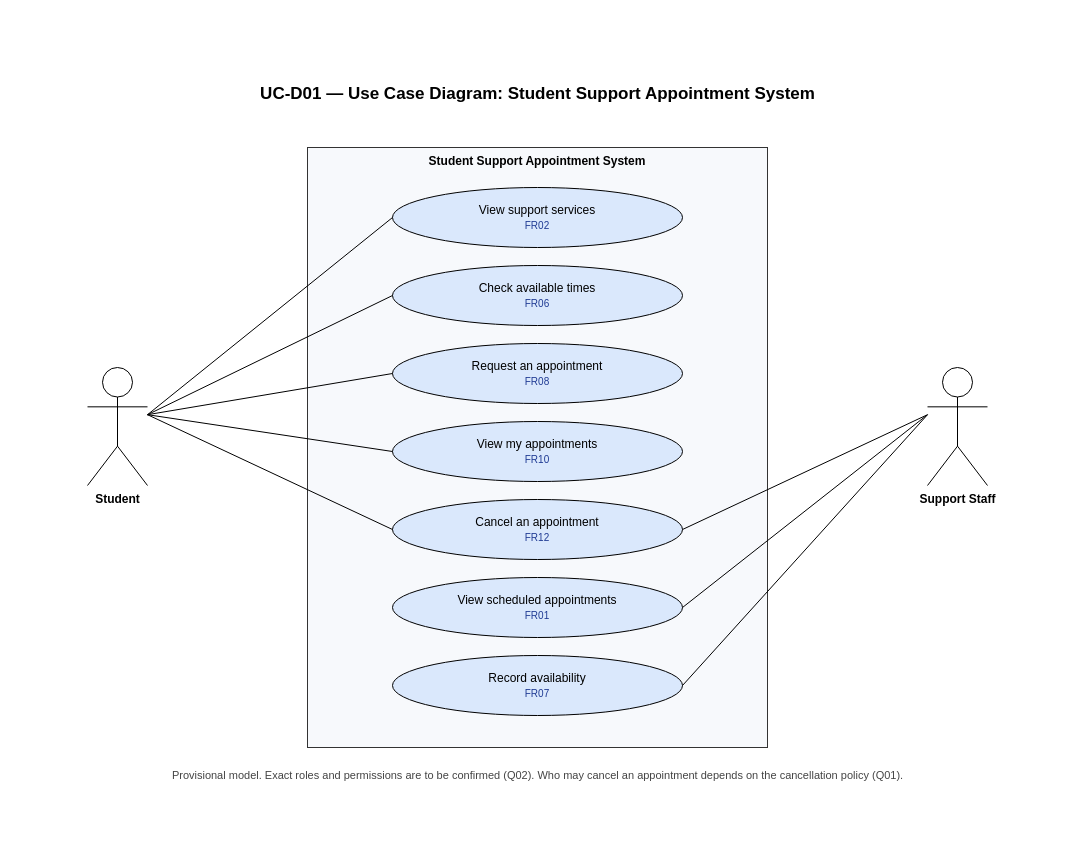
Earlier version of the draw.io diagram project/diagrams/UC-D01-use-case-diagram.drawio (ahhsurelookit/Requirements-Engineering-Project). Source tidied: cells renumbered, new cells numbered last; positions are measured from the earlier drawing's top-left corner, leaving out a move shared by most shapes. Both pictures are drawn from the tidied source at 100%, with x=0, y=0 at pixel (17, 77).
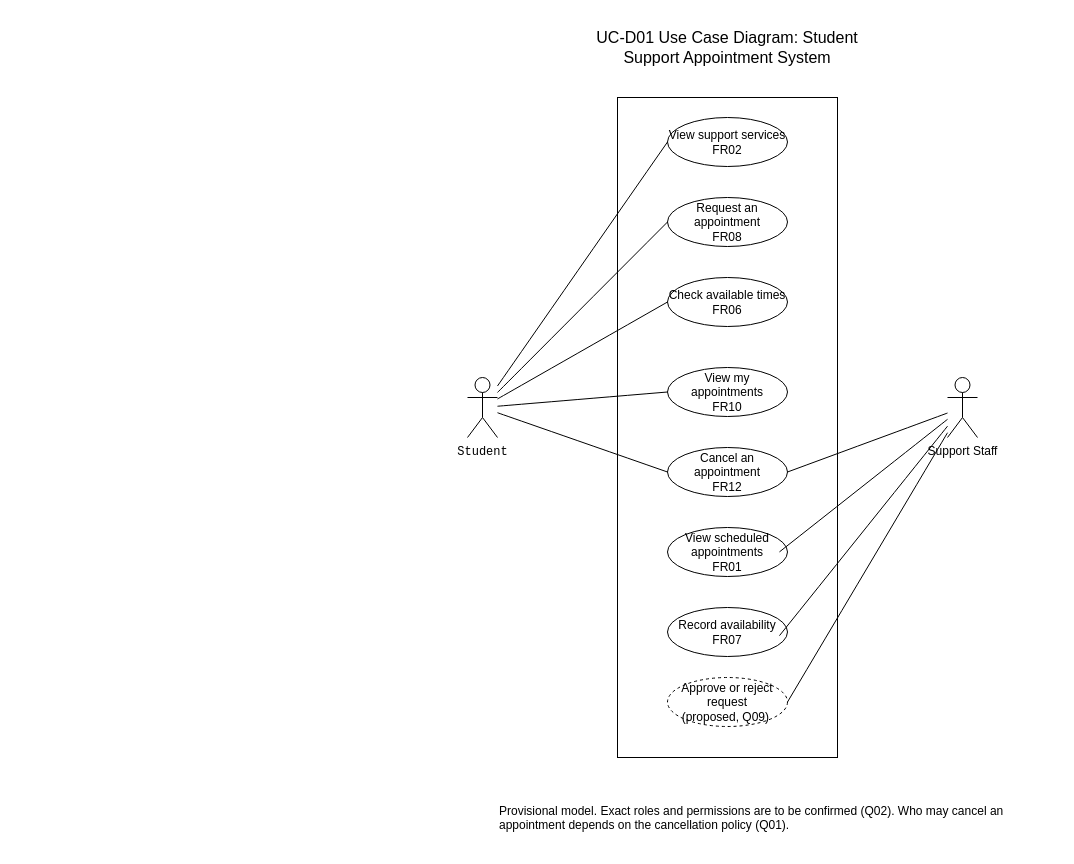
The same diagram, later.

Diff of the diagram source:
```diff
@@
-<mxGraphModel>
+<mxGraphModel background="light-dark(#ffffff, #121212)">
@@
-    <mxCell id="2" value="UC-D01 — Use Case Diagram: Student Support Appointment System" style="text;html=1;align=center;fontStyle=1;fontSize=17;" parent="1" vertex="1">
-      <mxGeometry width="1040" height="40" as="geometry" />
-    </mxCell>
-    <mxCell id="3" value="Student Support Appointment System" style="rounded=0;whiteSpace=wrap;html=1;verticalAlign=top;fontStyle=1;fillColor=#f7f9fc;strokeColor=#333333;" parent="1" vertex="1">
-      <mxGeometry x="290" y="70" width="460" height="600" as="geometry" />
-    </mxCell>
+    <mxCell id="22" style="group;labelBackgroundColor=none;" parent="1" vertex="1">
+      <mxGeometry x="380" y="-60" width="660" height="830" as="geometry" />
+    </mxCell>
+    <mxCell id="23" style="rounded=0;whiteSpace=wrap;html=1;rotation=90;labelBackgroundColor=none;" parent="22" vertex="1">
+      <mxGeometry y="300" width="660" height="220" as="geometry" />
+    </mxCell>
-    <mxCell id="4" value="View support services&lt;br&gt;&lt;font style=&quot;font-size:10px&quot; color=&quot;#1f3a93&quot;&gt;FR02&lt;/font&gt;" style="ellipse;whiteSpace=wrap;html=1;fillColor=#dae8fc;strokeColor=#000000;" parent="1" vertex="1">
-      <mxGeometry x="375" y="110" width="290" height="60" as="geometry" />
+    <mxCell id="4" value="&lt;div&gt;View support services&lt;/div&gt;&lt;div&gt;FR02&lt;/div&gt;" style="ellipse;whiteSpace=wrap;html=1;shapeInside=1;labelBackgroundColor=none;" parent="22" vertex="1">
+      <mxGeometry x="270" y="100" width="120" height="49" as="geometry" />
     </mxCell>
+    <mxCell id="6" value="&lt;div&gt;Request an appointment&lt;/div&gt;&lt;div&gt;FR08&lt;/div&gt;" style="ellipse;whiteSpace=wrap;html=1;shapeInside=1;labelBackgroundColor=none;" parent="22" vertex="1">
+      <mxGeometry x="270" y="180" width="120" height="49" as="geometry" />
+    </mxCell>
-    <mxCell id="5" value="Check available times&lt;br&gt;&lt;font style=&quot;font-size:10px&quot; color=&quot;#1f3a93&quot;&gt;FR06&lt;/font&gt;" style="ellipse;whiteSpace=wrap;html=1;fillColor=#dae8fc;strokeColor=#000000;" parent="1" vertex="1">
-      <mxGeometry x="375" y="188" width="290" height="60" as="geometry" />
+    <mxCell id="5" value="&lt;div&gt;Check available times&lt;/div&gt;&lt;div&gt;FR06&lt;/div&gt;" style="ellipse;whiteSpace=wrap;html=1;shapeInside=1;labelBackgroundColor=none;" parent="22" vertex="1">
+      <mxGeometry x="270" y="260" width="120" height="49" as="geometry" />
     </mxCell>
-    <mxCell id="6" value="Request an appointment&lt;br&gt;&lt;font style=&quot;font-size:10px&quot; color=&quot;#1f3a93&quot;&gt;FR08&lt;/font&gt;" style="ellipse;whiteSpace=wrap;html=1;fillColor=#dae8fc;strokeColor=#000000;" parent="1" vertex="1">
-      <mxGeometry x="375" y="266" width="290" height="60" as="geometry" />
-    </mxCell>
-    <mxCell id="7" value="View my appointments&lt;br&gt;&lt;font style=&quot;font-size:10px&quot; color=&quot;#1f3a93&quot;&gt;FR10&lt;/font&gt;" style="ellipse;whiteSpace=wrap;html=1;fillColor=#dae8fc;strokeColor=#000000;" parent="1" vertex="1">
-      <mxGeometry x="375" y="344" width="290" height="60" as="geometry" />
+    <mxCell id="7" value="&lt;div&gt;View my appointments&lt;/div&gt;&lt;div&gt;FR10&lt;/div&gt;" style="ellipse;whiteSpace=wrap;html=1;shapeInside=1;labelBackgroundColor=none;" parent="22" vertex="1">
+      <mxGeometry x="270" y="350" width="120" height="49" as="geometry" />
     </mxCell>
-    <mxCell id="8" value="Cancel an appointment&lt;br&gt;&lt;font style=&quot;font-size:10px&quot; color=&quot;#1f3a93&quot;&gt;FR12&lt;/font&gt;" style="ellipse;whiteSpace=wrap;html=1;fillColor=#dae8fc;strokeColor=#000000;" parent="1" vertex="1">
-      <mxGeometry x="375" y="422" width="290" height="60" as="geometry" />
+    <mxCell id="8" value="&lt;div&gt;Cancel an appointment&lt;/div&gt;&lt;div&gt;FR12&lt;/div&gt;" style="ellipse;whiteSpace=wrap;html=1;shapeInside=1;labelBackgroundColor=none;" parent="22" vertex="1">
+      <mxGeometry x="270" y="430" width="120" height="49" as="geometry" />
     </mxCell>
-    <mxCell id="9" value="View scheduled appointments&lt;br&gt;&lt;font style=&quot;font-size:10px&quot; color=&quot;#1f3a93&quot;&gt;FR01&lt;/font&gt;" style="ellipse;whiteSpace=wrap;html=1;fillColor=#dae8fc;strokeColor=#000000;" parent="1" vertex="1">
-      <mxGeometry x="375" y="500" width="290" height="60" as="geometry" />
+    <mxCell id="9" value="&lt;div&gt;View scheduled appointments&lt;/div&gt;&lt;div&gt;FR01&lt;/div&gt;" style="ellipse;whiteSpace=wrap;html=1;shapeInside=1;labelBackgroundColor=none;" parent="22" vertex="1">
+      <mxGeometry x="270" y="510" width="120" height="49" as="geometry" />
     </mxCell>
-    <mxCell id="10" value="Record availability&lt;br&gt;&lt;font style=&quot;font-size:10px&quot; color=&quot;#1f3a93&quot;&gt;FR07&lt;/font&gt;" style="ellipse;whiteSpace=wrap;html=1;fillColor=#dae8fc;strokeColor=#000000;" parent="1" vertex="1">
-      <mxGeometry x="375" y="578" width="290" height="60" as="geometry" />
+    <mxCell id="10" value="&lt;div&gt;Record availability&lt;/div&gt;&lt;div&gt;FR07&lt;/div&gt;" style="ellipse;whiteSpace=wrap;html=1;shapeInside=1;labelBackgroundColor=none;" parent="22" vertex="1">
+      <mxGeometry x="270" y="590" width="120" height="49" as="geometry" />
     </mxCell>
-    <mxCell id="11" value="Student" style="shape=umlActor;verticalLabelPosition=bottom;verticalAlign=top;html=1;fontStyle=1;" parent="1" vertex="1">
-      <mxGeometry x="70" y="290" width="60" height="118" as="geometry" />
-    </mxCell>
-    <mxCell id="12" value="Support Staff" style="shape=umlActor;verticalLabelPosition=bottom;verticalAlign=top;html=1;fontStyle=1;" parent="1" vertex="1">
-      <mxGeometry x="910" y="290" width="60" height="118" as="geometry" />
-    </mxCell>
-    <mxCell id="13" style="endArrow=none;html=1;exitX=1;exitY=0.4;entryX=0;entryY=0.5;" parent="1" edge="1" source="11" target="4">
+    <mxCell id="13" style="edgeStyle=none;curved=1;rounded=0;curveGeometry=1;jettySize=auto;html=1;entryX=0;entryY=0.5;entryDx=0;entryDy=0;fontSize=12;defaultLabelBackgroundColor=page;labelPadding=0 4;startSize=8;endSize=8;endArrow=none;endFill=0;fontColor=default;" parent="22" edge="1" source="11" target="4">
       <mxGeometry relative="1" as="geometry" />
     </mxCell>
+    <mxCell id="15" style="edgeStyle=none;curved=1;rounded=0;curveGeometry=1;jettySize=auto;html=1;entryX=0;entryY=0.5;entryDx=0;entryDy=0;fontSize=12;defaultLabelBackgroundColor=page;labelPadding=0 4;startSize=8;endSize=8;endArrow=none;endFill=0;fontColor=default;" parent="22" edge="1" source="11" target="6">
+      <mxGeometry relative="1" as="geometry" />
+    </mxCell>
-    <mxCell id="14" style="endArrow=none;html=1;exitX=1;exitY=0.4;entryX=0;entryY=0.5;" parent="1" edge="1" source="11" target="5">
+    <mxCell id="14" style="edgeStyle=none;curved=1;rounded=0;curveGeometry=1;jettySize=auto;html=1;entryX=0;entryY=0.5;entryDx=0;entryDy=0;fontSize=12;defaultLabelBackgroundColor=page;labelPadding=0 4;startSize=8;endSize=8;endArrow=none;endFill=0;fontColor=default;" parent="22" edge="1" source="11" target="5">
       <mxGeometry relative="1" as="geometry" />
     </mxCell>
-    <mxCell id="15" style="endArrow=none;html=1;exitX=1;exitY=0.4;entryX=0;entryY=0.5;" parent="1" edge="1" source="11" target="6">
-      <mxGeometry relative="1" as="geometry" />
-    </mxCell>
-    <mxCell id="16" style="endArrow=none;html=1;exitX=1;exitY=0.4;entryX=0;entryY=0.5;" parent="1" edge="1" source="11" target="7">
+    <mxCell id="16" style="edgeStyle=none;curved=1;rounded=0;curveGeometry=1;jettySize=auto;html=1;entryX=0;entryY=0.5;entryDx=0;entryDy=0;fontSize=12;defaultLabelBackgroundColor=page;labelPadding=0 4;startSize=8;endSize=8;endArrow=none;endFill=0;fontColor=default;" parent="22" edge="1" source="11" target="7">
       <mxGeometry relative="1" as="geometry" />
     </mxCell>
-    <mxCell id="17" style="endArrow=none;html=1;exitX=1;exitY=0.4;entryX=0;entryY=0.5;" parent="1" edge="1" source="11" target="8">
+    <mxCell id="17" style="edgeStyle=none;curved=1;rounded=0;curveGeometry=1;jettySize=auto;html=1;entryX=0;entryY=0.5;entryDx=0;entryDy=0;fontSize=12;defaultLabelBackgroundColor=page;labelPadding=0 4;startSize=8;endSize=8;endArrow=none;endFill=0;fontColor=default;" parent="22" edge="1" source="11" target="8">
       <mxGeometry relative="1" as="geometry" />
     </mxCell>
+    <mxCell id="11" value="&lt;code dir=&quot;ltr&quot;&gt;Student&lt;/code&gt;" style="shape=umlActor;verticalLabelPosition=bottom;verticalAlign=top;html=1;outlineConnect=0;labelPerimeter=1;labelBackgroundColor=none;" parent="22" vertex="1">
+      <mxGeometry x="70" y="360" width="30" height="60" as="geometry" />
+    </mxCell>
-    <mxCell id="18" style="endArrow=none;html=1;exitX=0;exitY=0.4;entryX=1;entryY=0.5;" parent="1" edge="1" source="12" target="8">
+    <mxCell id="18" style="edgeStyle=none;curved=1;rounded=0;curveGeometry=1;jettySize=auto;html=1;entryX=1;entryY=0.5;entryDx=0;entryDy=0;fontSize=12;defaultLabelBackgroundColor=page;labelPadding=0 4;startSize=8;endSize=8;startArrow=none;startFill=0;endArrow=none;endFill=0;fontColor=default;" parent="22" edge="1" source="12" target="8">
       <mxGeometry relative="1" as="geometry" />
     </mxCell>
+    <mxCell id="24" style="edgeStyle=none;curved=1;rounded=0;curveGeometry=1;jettySize=auto;html=1;entryX=1;entryY=0.5;entryDx=0;entryDy=0;fontSize=12;defaultLabelBackgroundColor=page;labelPadding=0 4;startSize=8;endSize=8;endArrow=none;endFill=0;fontColor=default;" parent="22" edge="1" source="12" target="26">
+      <mxGeometry relative="1" as="geometry" />
+    </mxCell>
+    <mxCell id="12" value="Support Staff&lt;div&gt;&lt;br&gt;&lt;/div&gt;" style="shape=umlActor;verticalLabelPosition=bottom;verticalAlign=top;html=1;outlineConnect=0;labelPerimeter=1;labelBackgroundColor=none;" parent="22" vertex="1">
+      <mxGeometry x="550" y="360" width="30" height="60" as="geometry" />
+    </mxCell>
-    <mxCell id="19" style="endArrow=none;html=1;exitX=0;exitY=0.4;entryX=1;entryY=0.5;" parent="1" edge="1" source="12" target="9">
+    <mxCell id="19" style="edgeStyle=none;curved=1;rounded=0;curveGeometry=1;jettySize=auto;html=1;entryX=0.933;entryY=0.498;entryDx=0;entryDy=0;entryPerimeter=0;fontSize=12;defaultLabelBackgroundColor=page;labelPadding=0 4;startSize=8;endSize=8;endArrow=none;endFill=0;fontColor=default;" parent="22" edge="1" source="12" target="9">
       <mxGeometry relative="1" as="geometry" />
     </mxCell>
-    <mxCell id="20" style="endArrow=none;html=1;exitX=0;exitY=0.4;entryX=1;entryY=0.5;" parent="1" edge="1" source="12" target="10">
+    <mxCell id="20" style="edgeStyle=none;curved=1;rounded=0;curveGeometry=1;jettySize=auto;html=1;entryX=0.933;entryY=0.575;entryDx=0;entryDy=0;entryPerimeter=0;fontSize=12;defaultLabelBackgroundColor=page;labelPadding=0 4;startSize=8;endSize=8;startArrow=none;startFill=0;endArrow=none;endFill=0;fontColor=default;" parent="22" edge="1" source="12" target="10">
       <mxGeometry relative="1" as="geometry" />
     </mxCell>
+    <mxCell id="25" value="UC-D01 Use Case Diagram: Student Support Appointment System" style="text;html=1;whiteSpace=wrap;strokeColor=none;fillColor=none;align=center;verticalAlign=middle;rounded=0;fontSize=16;labelBackgroundColor=none;" parent="22" vertex="1">
+      <mxGeometry x="190" width="280" height="60" as="geometry" />
+    </mxCell>
+    <mxCell id="26" value="&lt;div&gt;Approve or reject request&lt;/div&gt;&lt;div&gt;(proposed, Q09)&amp;nbsp;&lt;/div&gt;" style="ellipse;whiteSpace=wrap;html=1;shapeInside=1;dashed=1;labelBackgroundColor=none;" parent="22" vertex="1">
+      <mxGeometry x="270" y="660" width="120" height="49" as="geometry" />
+    </mxCell>
-    <mxCell id="21" value="Provisional model. Exact roles and permissions are to be confirmed (Q02). Who may cancel an appointment depends on the cancellation policy (Q01)." style="text;html=1;align=center;fontSize=11;fontColor=#444444;" parent="1" vertex="1">
-      <mxGeometry y="685" width="1040" height="30" as="geometry" />
+    <mxCell id="21" value="Provisional model. Exact roles and permissions are to be confirmed (Q02). Who may cancel an appointment depends on the cancellation policy (Q01)." style="text;whiteSpace=wrap;html=1;labelBackgroundColor=none;" parent="22" vertex="1">
+      <mxGeometry x="100" y="780" width="560" height="50" as="geometry" />
     </mxCell>
```
